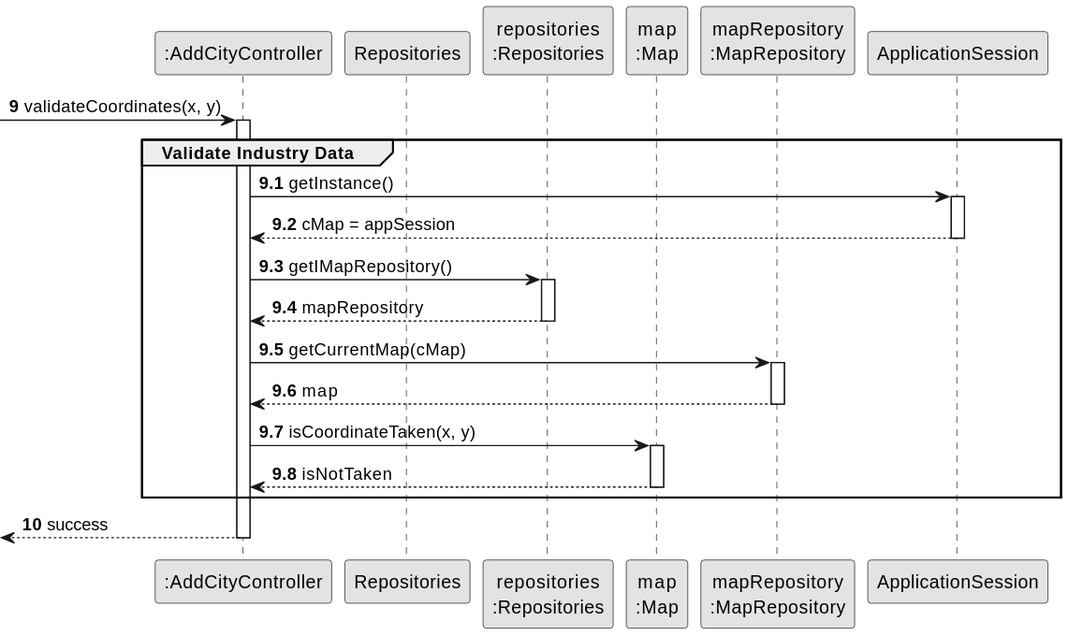
The PlantUML diagram docs/system-documentation/Sprint 2/US03/03.design/svg/US03-SD-validate-coordinates.svg in HenriqueSilva18/Railway-Network-Simulator, before a commit.
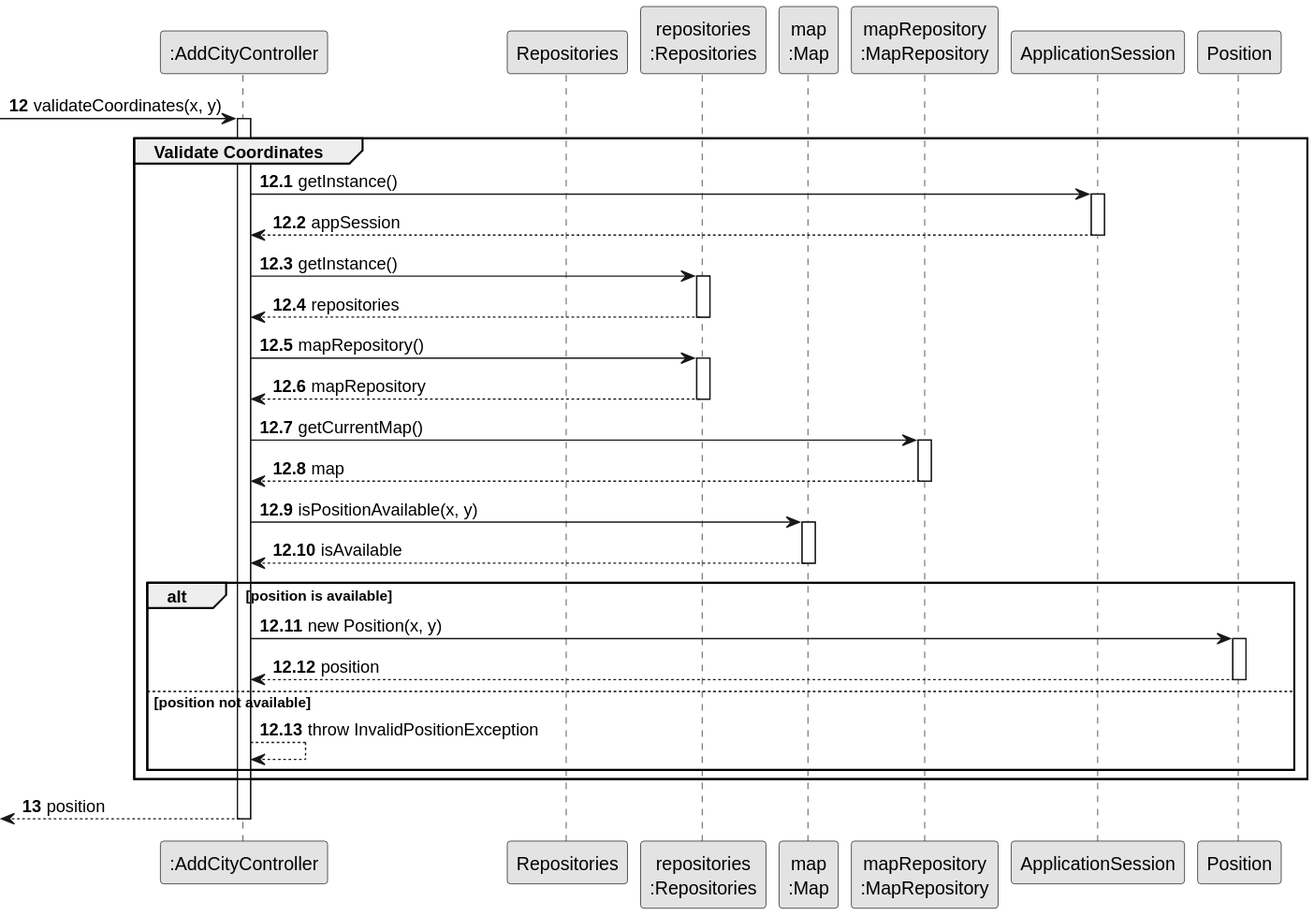
Above is the later version.

Change to the diagram source:
```diff
@@ -11,34 +11,48 @@
 participant "map\n:Map" as MAP
 participant "mapRepository\n:MapRepository" as REPOS_MAP
 participant "ApplicationSession" as APP_SESSION
+participant "Position" as POSITION
 
-autonumber 9
+autonumber 12
 -> CTRL: validateCoordinates(x, y)
         activate CTRL
-        autonumber 9.1
-        group Validate Industry Data
+        autonumber 12.1
+        group Validate Coordinates
             CTRL -> APP_SESSION: getInstance()
             activate APP_SESSION
-                APP_SESSION --> CTRL: cMap = appSession
+                APP_SESSION --> CTRL: appSession
             deactivate APP_SESSION
 
-            CTRL -> REPOS_SINGLETON: getIMapRepository()
+            CTRL -> REPOS_SINGLETON: getInstance()
+            activate REPOS_SINGLETON
+                REPOS_SINGLETON --> CTRL: repositories
+            deactivate REPOS_SINGLETON
+
+            CTRL -> REPOS_SINGLETON: mapRepository()
             activate REPOS_SINGLETON
                 REPOS_SINGLETON --> CTRL: mapRepository
             deactivate REPOS_SINGLETON
 
-            CTRL -> REPOS_MAP: getCurrentMap(cMap)
+            CTRL -> REPOS_MAP: getCurrentMap()
             activate REPOS_MAP
                 REPOS_MAP --> CTRL: map
             deactivate REPOS_MAP
 
-            CTRL -> MAP: isCoordinateTaken(x, y)
+            CTRL -> MAP: isPositionAvailable(x, y)
             activate MAP
-                MAP --> CTRL: isNotTaken
+                MAP --> CTRL: isAvailable
             deactivate MAP
 
+            alt position is available
+                CTRL -> POSITION: new Position(x, y)
+                activate POSITION
+                    POSITION --> CTRL: position
+                deactivate POSITION
+            else position not available
+                CTRL --> CTRL: throw InvalidPositionException
+            end
         end
-        autonumber 10
-        <-- CTRL: success
+        autonumber 13
+        <-- CTRL: position
 deactivate CTRL
 @enduml
```
